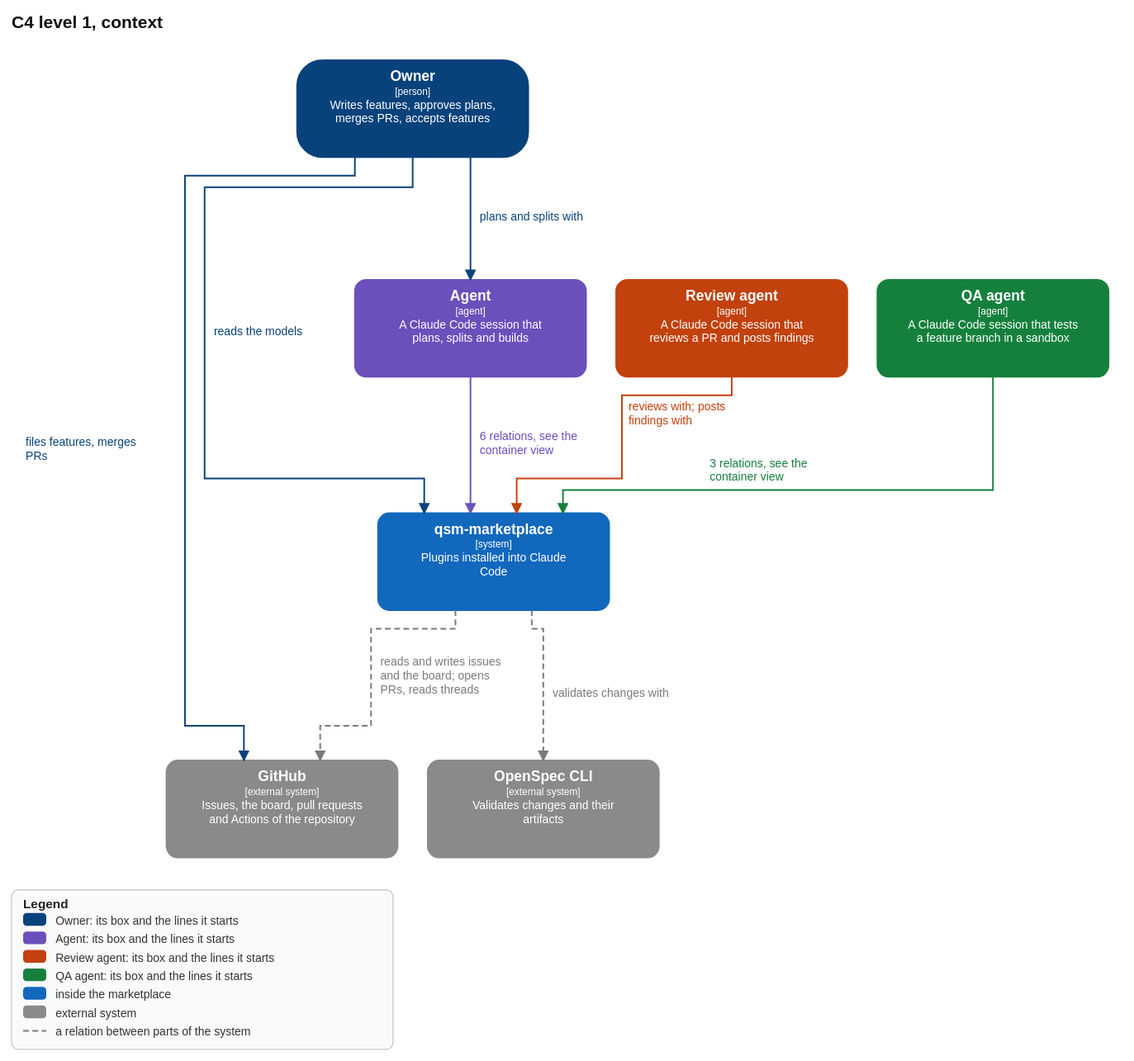
Before: openspec/changes/feature-flow/models/marketplace.context.drawio.svg, a diagram exported from draw.io (qsmark-labs/qsm-marketplace). Source tidied: cells renumbered, new cells last; positions are measured from the earlier drawing's top-left corner, leaving out a move shared by most shapes.
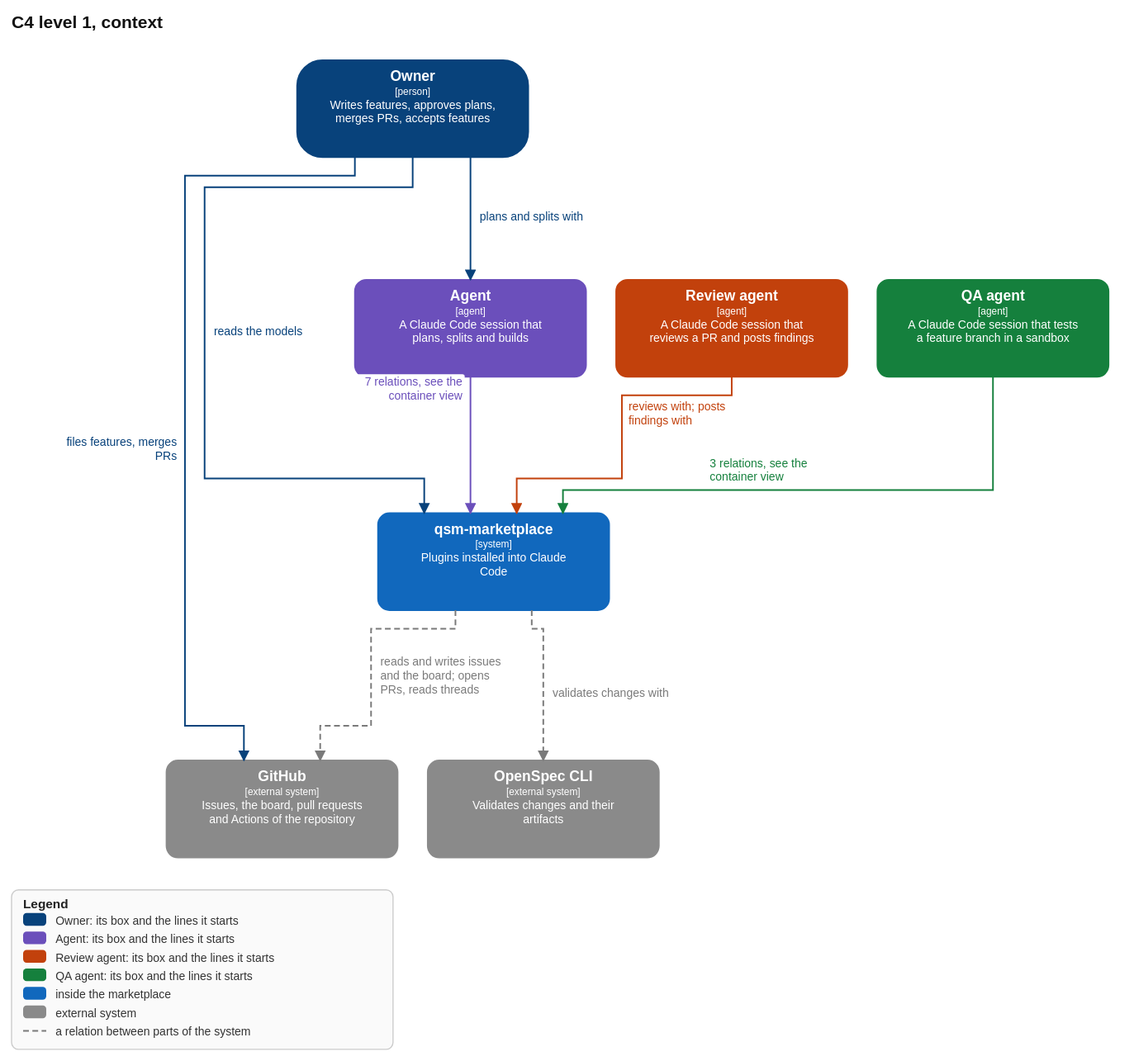
Above is the later version.

What changed in the source:
```diff
@@ -66,7 +66,7 @@
         <mxGeometry relative="1" as="geometry" />
       </mxCell>
     </object>
-    <object id="12" label="%c4Description%" c4Description="6 relations, see the container view" c4Type="Relationship" placeholders="1">
+    <object id="12" label="%c4Description%" c4Description="7 relations, see the container view" c4Type="Relationship" placeholders="1">
       <mxCell style="edgeStyle=orthogonalEdgeStyle;rounded=1;endArrow=blockThin;endFill=1;html=1;fontSize=10;strokeColor=#6b4fbb;fontColor=#6b4fbb;strokeWidth=1.4;" parent="1" edge="1" source="3" target="8">
         <mxGeometry relative="1" as="geometry" />
       </mxCell>
```
